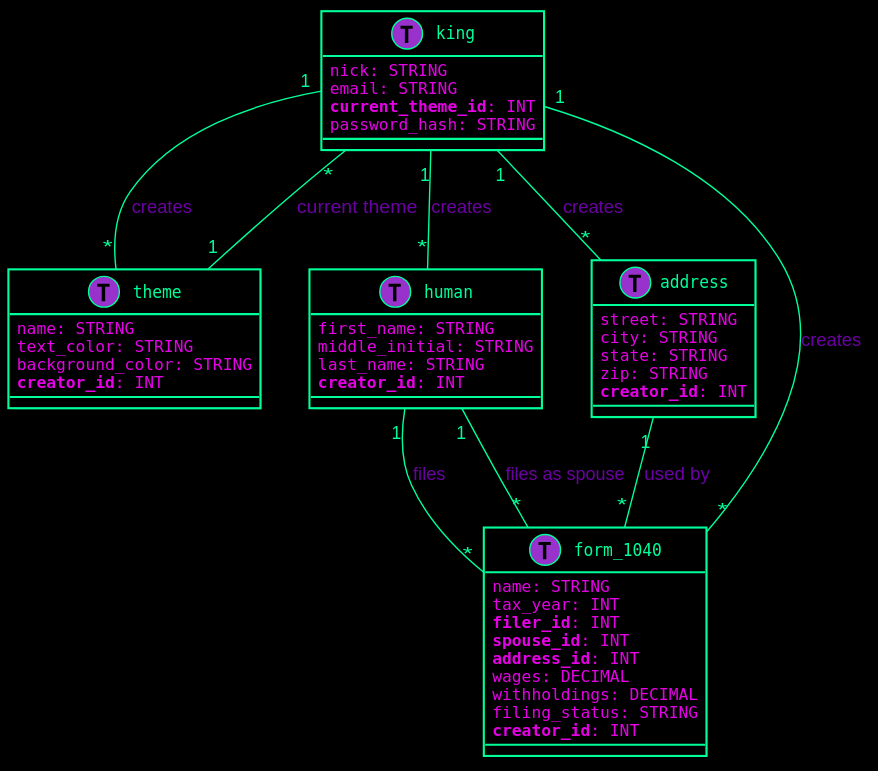
The PlantUML diagram schema.svg in ozzloy/tax-back, before a commit.
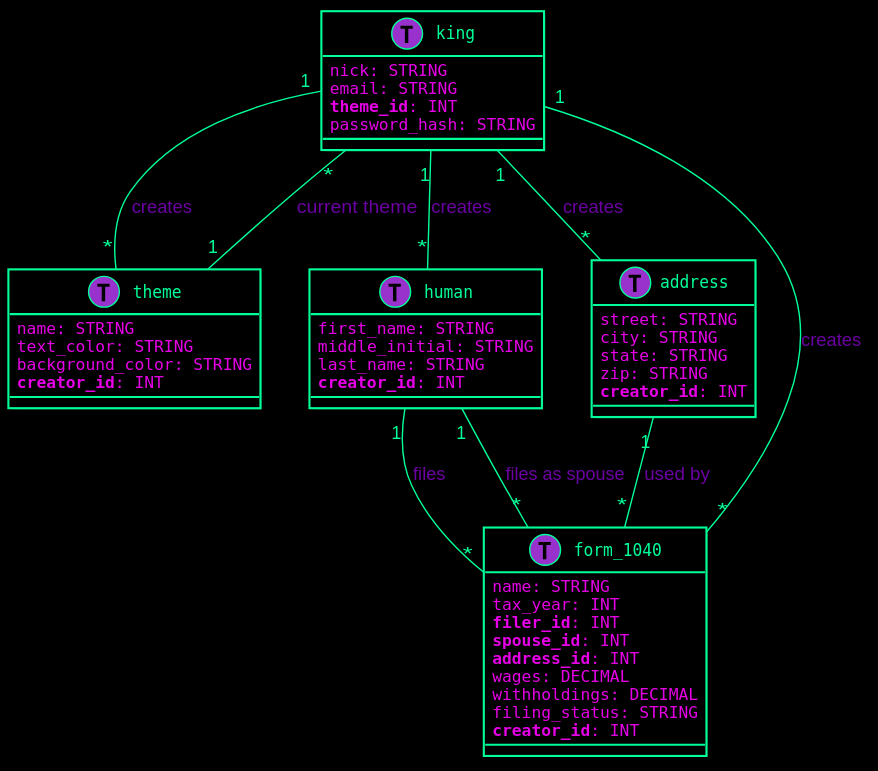
Above is the later version.

Commit message:
add theme_id to model, make it optional

The edit, as a diff of the source:
```diff
@@ -19,7 +19,7 @@
 class king << (T,#9932CC) >> {
     nick: STRING
     email: STRING
-    <b>current_theme_id</b>: INT
+    <b>theme_id</b>: INT
     password_hash: STRING
 }
 
```
